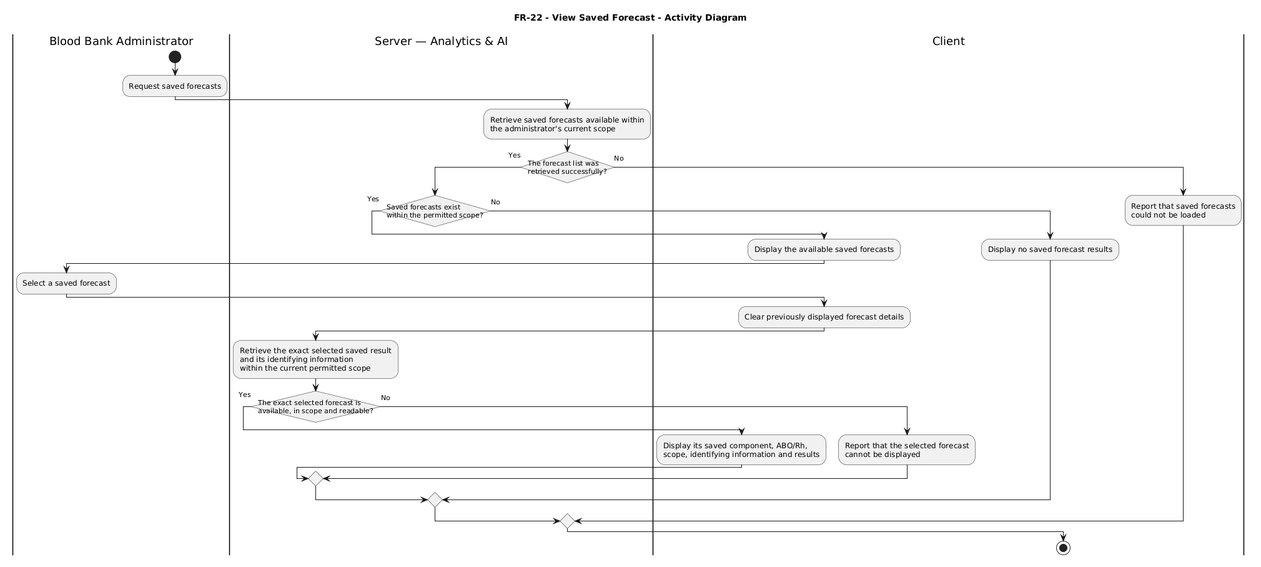
TitanDevX/BloodBankPlatformUni keeps this PlantUML diagram as docs/uml/Activity/fr22.png. Above is the earlier version.
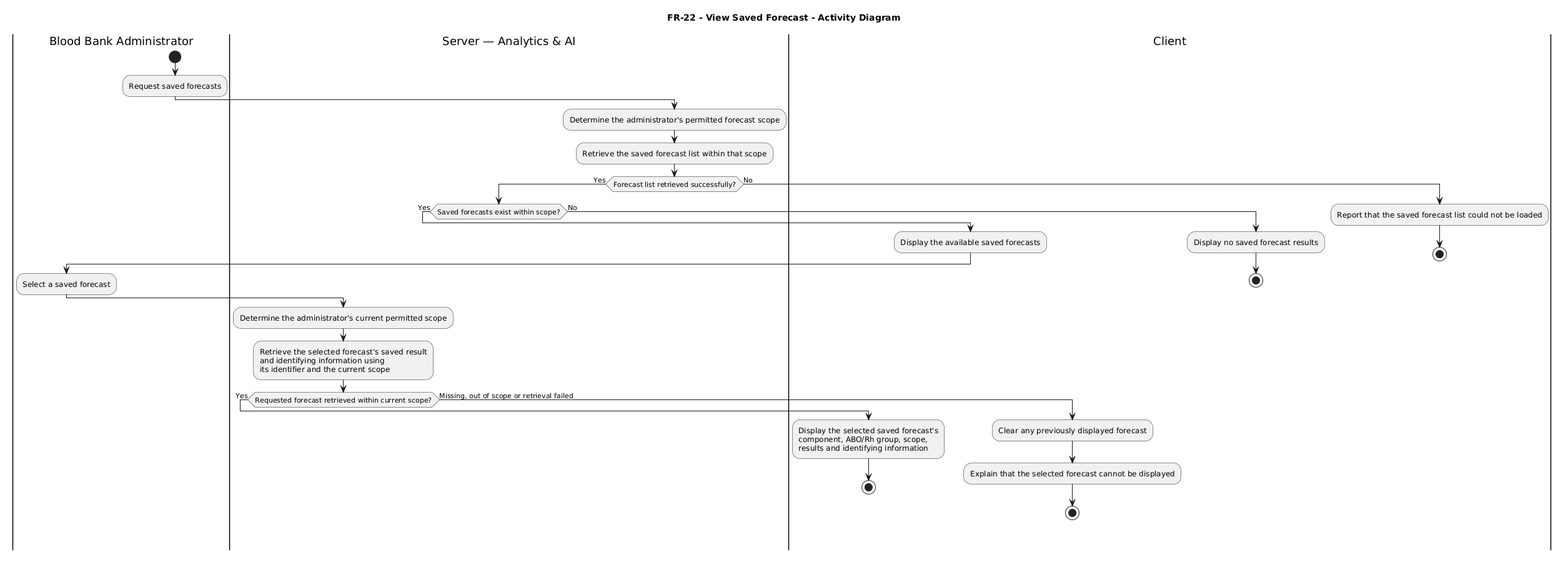
The same file after the commit.

Diff of the diagram source:
```diff
@@ -1,49 +1,47 @@
 @startuml
 title FR-22 - View Saved Forecast - Activity Diagram
-
-skinparam monochrome true
-skinparam shadowing false
-skinparam conditionStyle InsideDiamond
 
 |Blood Bank Administrator|
 start
 :Request saved forecasts;
 
 |Server — Analytics & AI|
-:Retrieve saved forecasts available within\nthe administrator's current scope;
+:Determine the administrator's permitted forecast scope;
+:Retrieve the saved forecast list within that scope;
 
-if (The forecast list was\nretrieved successfully?) then (Yes)
-
-  if (Saved forecasts exist\nwithin the permitted scope?) then (Yes)
+if (Forecast list retrieved successfully?) then (Yes)
+  if (Saved forecasts exist within scope?) then (Yes)
     |Client|
     :Display the available saved forecasts;
 
     |Blood Bank Administrator|
     :Select a saved forecast;
 
-    |Client|
-    :Clear previously displayed forecast details;
+    |Server — Analytics & AI|
+    :Determine the administrator's current permitted scope;
+    :Retrieve the selected forecast's saved result\nand identifying information using\nits identifier and the current scope;
 
-    |Server — Analytics & AI|
-    :Retrieve the exact selected saved result\nand its identifying information\nwithin the current permitted scope;
+    if (Requested forecast retrieved within current scope?) then (Yes)
+      |Client|
+      :Display the selected saved forecast's\ncomponent, ABO/Rh group, scope,\nresults and identifying information;
+      stop
 
-    if (The exact selected forecast is\navailable, in scope and readable?) then (Yes)
+    else (Missing, out of scope or retrieval failed)
       |Client|
-      :Display its saved component, ABO/Rh,\nscope, identifying information and results;
-    else (No)
-      |Client|
-      :Report that the selected forecast\ncannot be displayed;
+      :Clear any previously displayed forecast;
+      :Explain that the selected forecast cannot be displayed;
+      stop
     endif
 
   else (No)
     |Client|
     :Display no saved forecast results;
+    stop
   endif
 
 else (No)
   |Client|
-  :Report that saved forecasts\ncould not be loaded;
+  :Report that the saved forecast list could not be loaded;
+  stop
 endif
-
-stop
 @enduml
```
